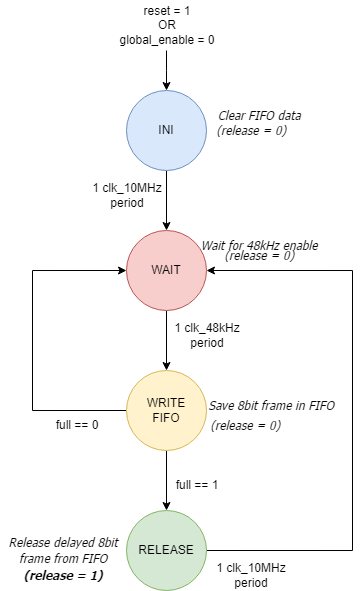
Before: seda-procesado-audio.png, a diagram exported from draw.io (javijnb/LPRO_diagrams). Source tidied: cells renumbered, new cells last; positions are measured from the earlier drawing's top-left corner, leaving out a move shared by most shapes.
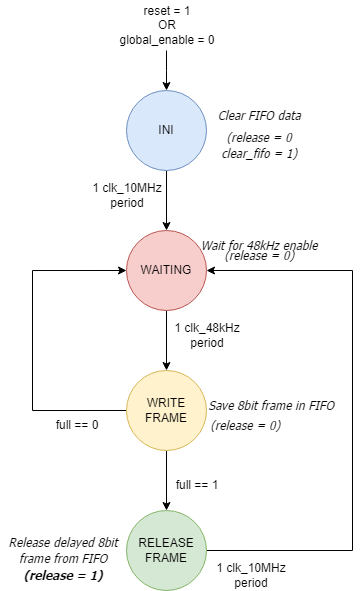
After the commit.

What changed in the source:
```diff
@@ -16,7 +16,7 @@
     <mxCell id="5" style="edgeStyle=orthogonalEdgeStyle;rounded=0;jettySize=auto;html=1;exitX=0.5;exitY=1;exitDx=0;exitDy=0;entryX=0.5;entryY=0;entryDx=0;entryDy=0;" parent="1" edge="1" source="6" target="9">
       <mxGeometry relative="1" as="geometry" />
     </mxCell>
-    <mxCell id="6" value="WAIT" style="ellipse;whiteSpace=wrap;html=1;fillColor=#f8cecc;strokeColor=#b85450;" parent="1" vertex="1">
+    <mxCell id="6" value="WAITING" style="ellipse;whiteSpace=wrap;html=1;fillColor=#f8cecc;strokeColor=#b85450;" parent="1" vertex="1">
       <mxGeometry x="126" y="230" width="80" height="80" as="geometry" />
     </mxCell>
     <mxCell id="7" style="edgeStyle=orthogonalEdgeStyle;rounded=0;jettySize=auto;html=1;exitX=0.5;exitY=1;exitDx=0;exitDy=0;entryX=0.5;entryY=0;entryDx=0;entryDy=0;" parent="1" edge="1" source="9" target="11">
@@ -30,7 +30,7 @@
         </Array>
       </mxGeometry>
     </mxCell>
-    <mxCell id="9" value="WRITE&lt;br&gt;FIFO" style="ellipse;whiteSpace=wrap;html=1;fillColor=#fff2cc;strokeColor=#d6b656;" parent="1" vertex="1">
+    <mxCell id="9" value="WRITE&lt;br&gt;FRAME" style="ellipse;whiteSpace=wrap;html=1;fillColor=#fff2cc;strokeColor=#d6b656;" parent="1" vertex="1">
       <mxGeometry x="126" y="370" width="80" height="80" as="geometry" />
     </mxCell>
     <mxCell id="10" style="edgeStyle=orthogonalEdgeStyle;rounded=0;jettySize=auto;html=1;exitX=1;exitY=0.5;exitDx=0;exitDy=0;entryX=1;entryY=0.5;entryDx=0;entryDy=0;" parent="1" edge="1" source="11" target="6">
@@ -41,7 +41,7 @@
         </Array>
       </mxGeometry>
     </mxCell>
-    <mxCell id="11" value="RELEASE" style="ellipse;whiteSpace=wrap;html=1;fillColor=#d5e8d4;strokeColor=#82b366;" parent="1" vertex="1">
+    <mxCell id="11" value="RELEASE FRAME" style="ellipse;whiteSpace=wrap;html=1;fillColor=#d5e8d4;strokeColor=#82b366;" parent="1" vertex="1">
       <mxGeometry x="126" y="510" width="80" height="80" as="geometry" />
     </mxCell>
     <mxCell id="12" value="reset = 1 &lt;br&gt;OR&lt;br&gt;global_enable = 0" style="text;html=1;strokeColor=none;fillColor=none;align=center;verticalAlign=middle;whiteSpace=wrap;rounded=0;" parent="1" vertex="1">
@@ -74,8 +74,8 @@
     <mxCell id="21" value="&lt;font face=&quot;Tahoma&quot;&gt;&lt;i&gt;Release delayed 8bit frame from FIFO&lt;/i&gt;&lt;/font&gt;" style="text;html=1;strokeColor=none;fillColor=none;align=center;verticalAlign=middle;whiteSpace=wrap;rounded=0;" parent="1" vertex="1">
       <mxGeometry y="535" width="126" height="30" as="geometry" />
     </mxCell>
-    <mxCell id="22" value="&lt;font face=&quot;Tahoma&quot;&gt;&lt;i&gt;(release = 0)&lt;/i&gt;&lt;/font&gt;" style="text;html=1;strokeColor=none;fillColor=none;align=center;verticalAlign=middle;whiteSpace=wrap;rounded=0;" parent="1" vertex="1">
-      <mxGeometry x="188" y="115" width="126" height="30" as="geometry" />
+    <mxCell id="22" value="&lt;font face=&quot;Tahoma&quot;&gt;&lt;i&gt;(release = 0&lt;br&gt;clear_fifo = 1)&lt;/i&gt;&lt;/font&gt;" style="text;html=1;strokeColor=none;fillColor=none;align=center;verticalAlign=middle;whiteSpace=wrap;rounded=0;" parent="1" vertex="1">
+      <mxGeometry x="196" y="130" width="126" height="30" as="geometry" />
     </mxCell>
     <mxCell id="23" value="&lt;font face=&quot;Tahoma&quot;&gt;&lt;i&gt;(release = 0)&lt;/i&gt;&lt;/font&gt;" style="text;html=1;strokeColor=none;fillColor=none;align=center;verticalAlign=middle;whiteSpace=wrap;rounded=0;" parent="1" vertex="1">
       <mxGeometry x="196" y="240" width="126" height="30" as="geometry" />
```
